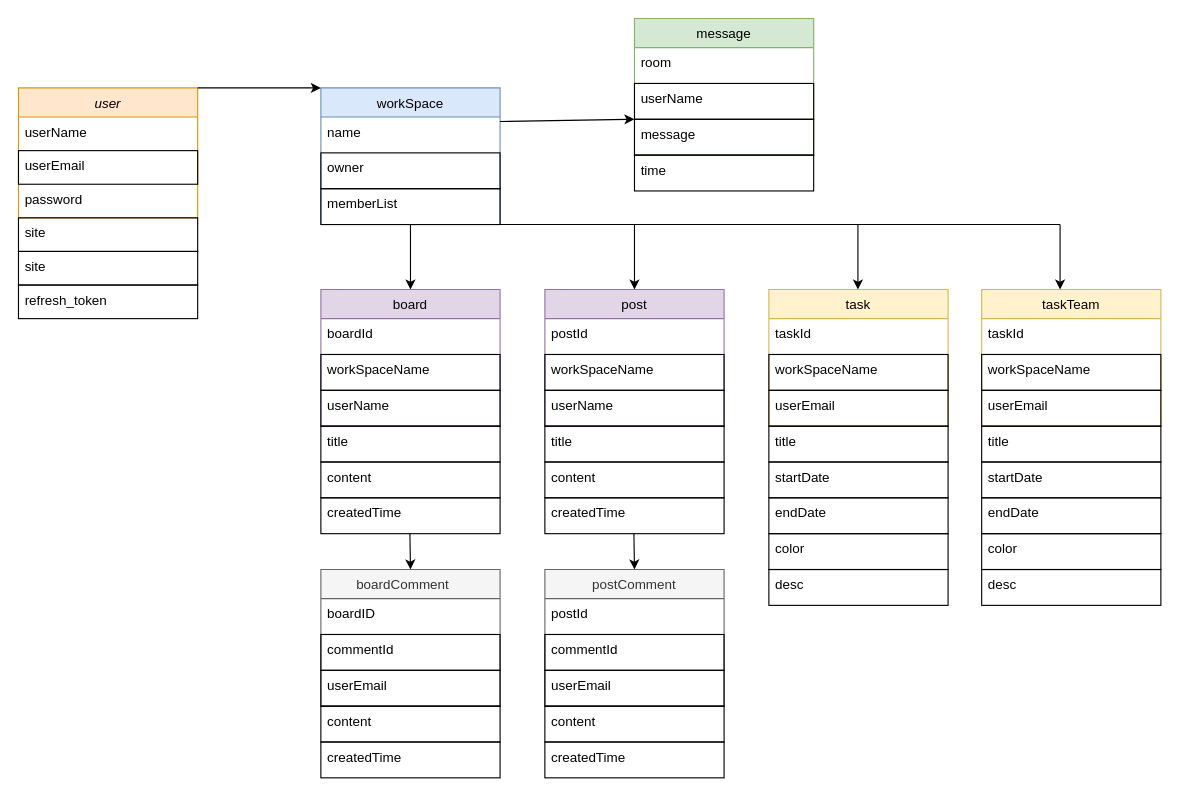
jyj9784/full_final keeps this draw.io diagram as Untitled Diagram.drawio. Above is the earlier version. Source tidied: cells renumbered, new cells numbered last; positions are measured from the earlier drawing's top-left corner, leaving out a move shared by most shapes. Both pictures are drawn from the tidied source at 112%, with x=0, y=0 at pixel (18, 18).
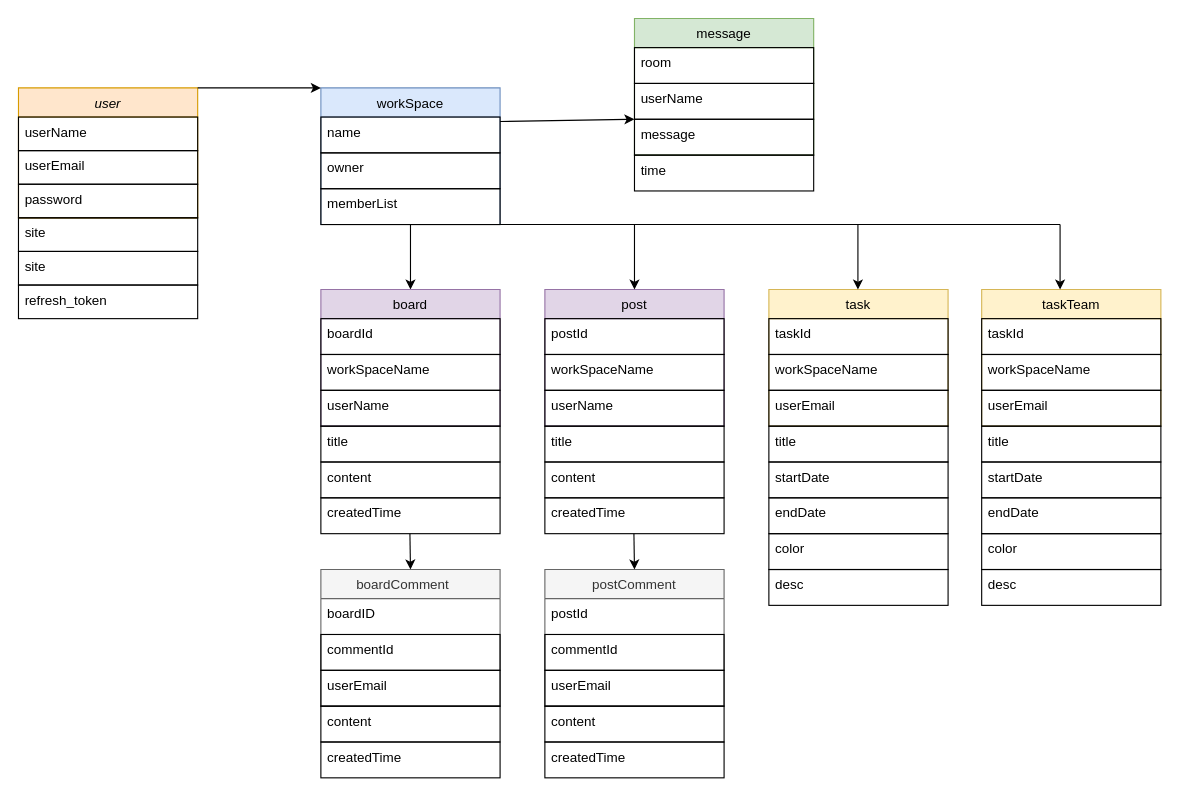
Above is the later version.

Unchanged cells that the change refers to:
```xml
<mxCell id="2" value="user" style="swimlane;fontStyle=2;align=center;verticalAlign=top;horizontal=1;startSize=26;rounded=0;shadow=0;strokeWidth=1;fillColor=#ffe6cc;strokeColor=#d79b00;" parent="1" vertex="1">
  <mxGeometry y="62" width="160" height="116" as="geometry" />
</mxCell>
<mxCell id="6" value="workSpace" style="swimlane;fontStyle=0;align=center;verticalAlign=top;horizontal=1;startSize=26;rounded=0;shadow=0;strokeWidth=1;fillColor=#dae8fc;strokeColor=#6c8ebf;" parent="1" vertex="1">
  <mxGeometry x="270" y="62" width="160" height="122" as="geometry" />
</mxCell>
<mxCell id="11" value="board" style="swimlane;fontStyle=0;align=center;verticalAlign=top;horizontal=1;startSize=26;rounded=0;shadow=0;strokeWidth=1;fillColor=#e1d5e7;strokeColor=#9673a6;" parent="1" vertex="1">
  <mxGeometry x="270" y="242" width="160" height="122" as="geometry" />
</mxCell>
<mxCell id="18" value="post" style="swimlane;fontStyle=0;align=center;verticalAlign=top;horizontal=1;startSize=26;rounded=0;shadow=0;strokeWidth=1;fillColor=#e1d5e7;strokeColor=#9673a6;" parent="1" vertex="1">
  <mxGeometry x="470" y="242" width="160" height="122" as="geometry" />
</mxCell>
<mxCell id="39" value="task" style="swimlane;fontStyle=0;align=center;verticalAlign=top;horizontal=1;startSize=26;rounded=0;shadow=0;strokeWidth=1;fillColor=#fff2cc;strokeColor=#d6b656;" parent="1" vertex="1">
  <mxGeometry x="670" y="242" width="160" height="122" as="geometry" />
</mxCell>
<mxCell id="48" value="message" style="swimlane;fontStyle=0;align=center;verticalAlign=top;horizontal=1;startSize=26;rounded=0;shadow=0;strokeWidth=1;fillColor=#d5e8d4;strokeColor=#82b366;" parent="1" vertex="1">
  <mxGeometry x="550" width="160" height="122" as="geometry" />
</mxCell>
<mxCell id="54" value="taskTeam" style="swimlane;fontStyle=0;align=center;verticalAlign=top;horizontal=1;startSize=26;rounded=0;shadow=0;strokeWidth=1;fillColor=#fff2cc;strokeColor=#d6b656;" parent="1" vertex="1">
  <mxGeometry x="860" y="242" width="160" height="122" as="geometry" />
</mxCell>
```

Diff of the diagram source:
```diff
@@
-    <mxCell id="3" value="userName" style="text;align=left;verticalAlign=top;spacingLeft=4;spacingRight=4;overflow=hidden;rounded=0;shadow=0;html=0;" parent="2" vertex="1">
+    <mxCell id="3" value="userName" style="text;align=left;verticalAlign=top;spacingLeft=4;spacingRight=4;overflow=hidden;rounded=0;shadow=0;html=0;strokeColor=default;" parent="2" vertex="1">
       <mxGeometry y="26" width="160" height="30" as="geometry" />
     </mxCell>
@@
-    <mxCell id="5" value="password" style="text;align=left;verticalAlign=top;spacingLeft=4;spacingRight=4;overflow=hidden;" parent="2" vertex="1">
+    <mxCell id="5" value="password" style="text;align=left;verticalAlign=top;spacingLeft=4;spacingRight=4;overflow=hidden;strokeColor=default;" parent="2" vertex="1">
       <mxGeometry y="86" width="160" height="30" as="geometry" />
     </mxCell>
@@
-    <mxCell id="7" value="name" style="text;align=left;verticalAlign=top;spacingLeft=4;spacingRight=4;overflow=hidden;" parent="6" vertex="1">
+    <mxCell id="7" value="name" style="text;align=left;verticalAlign=top;spacingLeft=4;spacingRight=4;overflow=hidden;strokeColor=default;" parent="6" vertex="1">
       <mxGeometry y="26" width="160" height="32" as="geometry" />
     </mxCell>
@@
-    <mxCell id="12" value="boardId" style="text;align=left;verticalAlign=top;spacingLeft=4;spacingRight=4;overflow=hidden;" parent="11" vertex="1">
+    <mxCell id="12" value="boardId" style="text;align=left;verticalAlign=top;spacingLeft=4;spacingRight=4;overflow=hidden;strokeColor=default;" parent="11" vertex="1">
       <mxGeometry y="26" width="160" height="32" as="geometry" />
     </mxCell>
@@
-    <mxCell id="19" value="postId" style="text;align=left;verticalAlign=top;spacingLeft=4;spacingRight=4;overflow=hidden;" parent="18" vertex="1">
+    <mxCell id="19" value="postId" style="text;align=left;verticalAlign=top;spacingLeft=4;spacingRight=4;overflow=hidden;strokeColor=default;" parent="18" vertex="1">
       <mxGeometry y="26" width="160" height="32" as="geometry" />
     </mxCell>
@@
-    <mxCell id="40" value="taskId" style="text;align=left;verticalAlign=top;spacingLeft=4;spacingRight=4;overflow=hidden;" parent="39" vertex="1">
+    <mxCell id="40" value="taskId" style="text;align=left;verticalAlign=top;spacingLeft=4;spacingRight=4;overflow=hidden;strokeColor=default;" parent="39" vertex="1">
       <mxGeometry y="26" width="160" height="32" as="geometry" />
     </mxCell>
@@
-    <mxCell id="49" value="room    " style="text;align=left;verticalAlign=top;spacingLeft=4;spacingRight=4;overflow=hidden;" parent="48" vertex="1">
+    <mxCell id="49" value="room    " style="text;align=left;verticalAlign=top;spacingLeft=4;spacingRight=4;overflow=hidden;strokeColor=default;" parent="48" vertex="1">
       <mxGeometry y="26" width="160" height="32" as="geometry" />
     </mxCell>
@@
-    <mxCell id="55" value="taskId" style="text;align=left;verticalAlign=top;spacingLeft=4;spacingRight=4;overflow=hidden;" parent="54" vertex="1">
+    <mxCell id="55" value="taskId" style="text;align=left;verticalAlign=top;spacingLeft=4;spacingRight=4;overflow=hidden;strokeColor=default;" parent="54" vertex="1">
       <mxGeometry y="26" width="160" height="32" as="geometry" />
     </mxCell>
```
